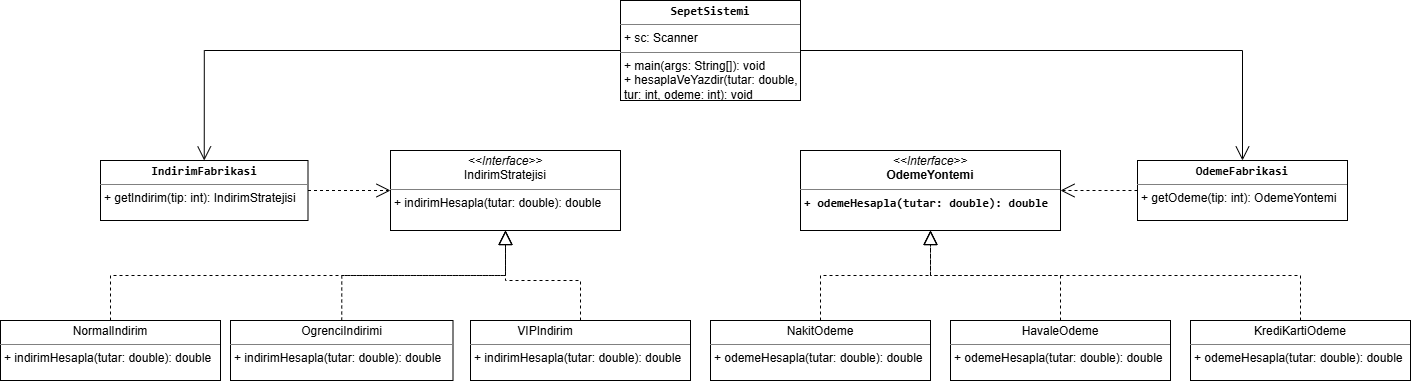
Above: docs/UML.Sonrasi.drawio.png in reyyanunal/tasarim-oruntuleri-odev (draw.io), before the change. Source tidied: cells renumbered, new cells last; positions are measured from the earlier drawing's top-left corner, leaving out a move shared by most shapes.
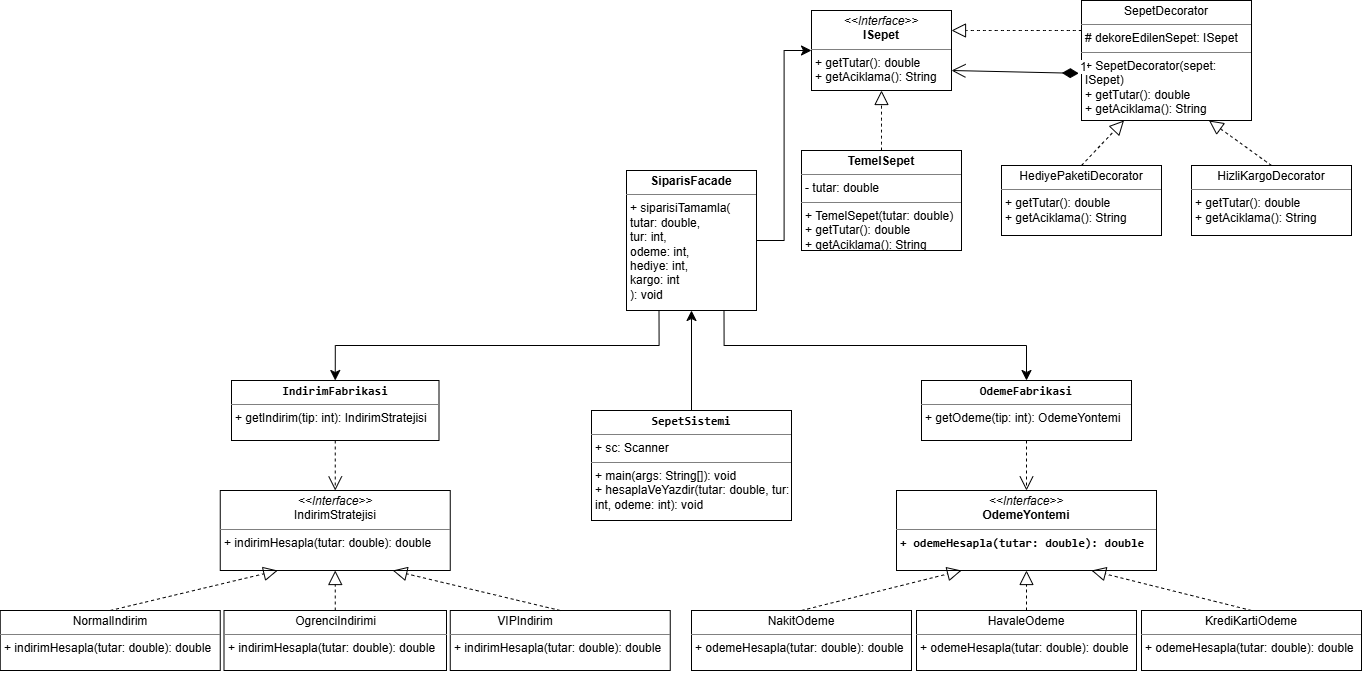
After the commit.

Commit message:
docs: update UML diagram for Phase 2 structural patterns

Diff of the diagram source:
```diff
@@ -3,72 +3,112 @@
     <mxCell id="0" />
     <mxCell id="1" parent="0" />
     <mxCell id="2" value="&lt;p style=&quot;margin:0px;margin-top:4px;text-align:center;&quot;&gt;&lt;i&gt;&amp;lt;&amp;lt;Interface&amp;gt;&amp;gt;&lt;/i&gt;&lt;br&gt;IndirimStratejisi&lt;/p&gt;&lt;hr size=&quot;1&quot; style=&quot;border-style:solid;&quot;&gt;&lt;p style=&quot;margin:0px;margin-left:4px;&quot;&gt;&lt;/p&gt;&lt;p style=&quot;margin:0px;margin-left:4px;&quot;&gt;+ indirimHesapla(tutar: double): double&lt;/p&gt;" style="verticalAlign=top;align=left;overflow=fill;html=1;whiteSpace=wrap;" parent="1" vertex="1">
-      <mxGeometry x="390" y="150" width="230" height="80" as="geometry" />
+      <mxGeometry x="-1.2" y="70" width="230" height="80" as="geometry" />
     </mxCell>
     <mxCell id="3" value="&lt;p style=&quot;margin:0px;margin-top:4px;text-align:center;&quot;&gt;&lt;i&gt;&amp;lt;&amp;lt;Interface&amp;gt;&amp;gt;&lt;/i&gt;&lt;br&gt;&lt;b&gt;OdemeYontemi&lt;/b&gt;&lt;/p&gt;&lt;hr size=&quot;1&quot; style=&quot;border-style:solid;&quot;&gt;&lt;p style=&quot;margin:0px;margin-left:4px;&quot;&gt;&lt;b&gt;&lt;code&gt;+ odemeHesapla(tutar: double): double&lt;/code&gt;&lt;/b&gt;&lt;/p&gt;" style="verticalAlign=top;align=left;overflow=fill;html=1;whiteSpace=wrap;" parent="1" vertex="1">
-      <mxGeometry x="800" y="150" width="260" height="80" as="geometry" />
+      <mxGeometry x="675" y="70" width="260" height="80" as="geometry" />
     </mxCell>
     <mxCell id="4" value="&lt;p style=&quot;margin:0px;margin-top:4px;text-align:center;&quot;&gt;NormalIndirim&lt;/p&gt;&lt;hr size=&quot;1&quot; style=&quot;border-style:solid;&quot;&gt;&lt;p style=&quot;margin:0px;margin-left:4px;&quot;&gt;&lt;/p&gt;&lt;p style=&quot;margin:0px;margin-left:4px;&quot;&gt;+ indirimHesapla(tutar: double): double&lt;/p&gt;" style="verticalAlign=top;align=left;overflow=fill;html=1;whiteSpace=wrap;" parent="1" vertex="1">
-      <mxGeometry y="320" width="220" height="60" as="geometry" />
+      <mxGeometry x="-221.2" y="190" width="220" height="60" as="geometry" />
     </mxCell>
     <mxCell id="5" value="&lt;p style=&quot;margin:0px;margin-top:4px;text-align:center;&quot;&gt;&lt;/p&gt;&lt;p style=&quot;margin:0px;margin-left:4px;&quot;&gt;&lt;span style=&quot;background-color: transparent; color: light-dark(rgb(0, 0, 0), rgb(255, 255, 255));&quot;&gt;&amp;nbsp; &amp;nbsp; &amp;nbsp; &amp;nbsp; &amp;nbsp; &amp;nbsp; &amp;nbsp;VIPIndirim&lt;/span&gt;&lt;/p&gt;&lt;hr size=&quot;1&quot; style=&quot;border-style:solid;&quot;&gt;&lt;p style=&quot;margin:0px;margin-left:4px;&quot;&gt;+ indirimHesapla(tutar: double): double&lt;/p&gt;" style="verticalAlign=top;align=left;overflow=fill;html=1;whiteSpace=wrap;" parent="1" vertex="1">
-      <mxGeometry x="470" y="320" width="220" height="60" as="geometry" />
+      <mxGeometry x="228.8" y="190" width="220" height="60" as="geometry" />
     </mxCell>
     <mxCell id="6" value="&lt;p style=&quot;margin:0px;margin-top:4px;text-align:center;&quot;&gt;OgrenciIndirimi&lt;/p&gt;&lt;hr size=&quot;1&quot; style=&quot;border-style:solid;&quot;&gt;&lt;p style=&quot;margin:0px;margin-left:4px;&quot;&gt;+ indirimHesapla(tutar: double): double&lt;/p&gt;" style="verticalAlign=top;align=left;overflow=fill;html=1;whiteSpace=wrap;" parent="1" vertex="1">
-      <mxGeometry x="230" y="320" width="222.5" height="60" as="geometry" />
+      <mxGeometry x="2.5" y="190" width="222.5" height="60" as="geometry" />
     </mxCell>
-    <mxCell id="7" style="endArrow=block;dashed=1;endFill=0;endSize=12;html=1;rounded=0;exitX=0.5;exitY=0;exitDx=0;exitDy=0;entryX=0.5;entryY=1;entryDx=0;entryDy=0;edgeStyle=orthogonalEdgeStyle;" parent="1" edge="1" source="4" target="2">
+    <mxCell id="7" style="endArrow=block;dashed=1;endFill=0;endSize=12;html=1;rounded=0;exitX=0.5;exitY=0;exitDx=0;exitDy=0;entryX=0.25;entryY=1;entryDx=0;entryDy=0;" parent="1" edge="1" source="4" target="2">
       <mxGeometry relative="1" as="geometry" />
     </mxCell>
-    <mxCell id="8" style="endArrow=block;dashed=1;endFill=0;endSize=12;html=1;rounded=0;exitX=0.5;exitY=0;exitDx=0;exitDy=0;entryX=0.5;entryY=1;entryDx=0;entryDy=0;edgeStyle=orthogonalEdgeStyle;" parent="1" edge="1" source="6" target="2">
+    <mxCell id="8" style="endArrow=block;dashed=1;endFill=0;endSize=12;html=1;rounded=0;entryX=0.5;entryY=1;entryDx=0;entryDy=0;exitX=0.5;exitY=0;exitDx=0;exitDy=0;" parent="1" edge="1" source="6" target="2">
       <mxGeometry relative="1" as="geometry" />
     </mxCell>
-    <mxCell id="9" style="endArrow=block;dashed=1;endFill=0;endSize=12;html=1;rounded=0;exitX=0.5;exitY=0;exitDx=0;exitDy=0;entryX=0.5;entryY=1;entryDx=0;entryDy=0;edgeStyle=orthogonalEdgeStyle;" parent="1" edge="1" source="5" target="2">
-      <mxGeometry relative="1" as="geometry">
-        <Array as="points">
-          <mxPoint x="555" y="280" />
-          <mxPoint x="305" y="280" />
-        </Array>
-      </mxGeometry>
+    <mxCell id="9" style="endArrow=block;dashed=1;endFill=0;endSize=12;html=1;rounded=0;exitX=0.5;exitY=0;exitDx=0;exitDy=0;entryX=0.75;entryY=1;entryDx=0;entryDy=0;" parent="1" edge="1" source="5" target="2">
+      <mxGeometry relative="1" as="geometry" />
     </mxCell>
     <mxCell id="10" value="&lt;p style=&quot;margin:0px;margin-top:4px;text-align:center;&quot;&gt;NakitOdeme&lt;/p&gt;&lt;hr size=&quot;1&quot; style=&quot;border-style:solid;&quot;&gt;&lt;p style=&quot;margin:0px;margin-left:4px;&quot;&gt;&lt;/p&gt;&lt;p style=&quot;margin:0px;margin-left:4px;&quot;&gt;+ odemeHesapla(tutar: double): double&lt;/p&gt;" style="verticalAlign=top;align=left;overflow=fill;html=1;whiteSpace=wrap;" parent="1" vertex="1">
-      <mxGeometry x="710" y="320" width="220" height="60" as="geometry" />
+      <mxGeometry x="470" y="190" width="220" height="60" as="geometry" />
     </mxCell>
     <mxCell id="11" value="&lt;p style=&quot;margin:0px;margin-top:4px;text-align:center;&quot;&gt;HavaleOdeme&lt;/p&gt;&lt;hr size=&quot;1&quot; style=&quot;border-style:solid;&quot;&gt;&lt;p style=&quot;margin:0px;margin-left:4px;&quot;&gt;&lt;/p&gt;&lt;p style=&quot;margin:0px;margin-left:4px;&quot;&gt;+ odemeHesapla(tutar: double): double&lt;/p&gt;" style="verticalAlign=top;align=left;overflow=fill;html=1;whiteSpace=wrap;" parent="1" vertex="1">
-      <mxGeometry x="950" y="320" width="220" height="60" as="geometry" />
+      <mxGeometry x="695" y="190" width="220" height="60" as="geometry" />
     </mxCell>
     <mxCell id="12" value="&lt;p style=&quot;margin:0px;margin-top:4px;text-align:center;&quot;&gt;KrediKartiOdeme&lt;/p&gt;&lt;hr size=&quot;1&quot; style=&quot;border-style:solid;&quot;&gt;&lt;p style=&quot;margin:0px;margin-left:4px;&quot;&gt;&lt;/p&gt;&lt;p style=&quot;margin:0px;margin-left:4px;&quot;&gt;+ odemeHesapla(tutar: double): double&lt;/p&gt;" style="verticalAlign=top;align=left;overflow=fill;html=1;whiteSpace=wrap;" parent="1" vertex="1">
-      <mxGeometry x="1190" y="320" width="220" height="60" as="geometry" />
+      <mxGeometry x="920" y="190" width="220" height="60" as="geometry" />
     </mxCell>
-    <mxCell id="13" style="endArrow=block;dashed=1;endFill=0;endSize=12;html=1;rounded=0;exitX=0.5;exitY=0;exitDx=0;exitDy=0;edgeStyle=orthogonalEdgeStyle;entryX=0.5;entryY=1;entryDx=0;entryDy=0;" parent="1" edge="1" source="10" target="3">
+    <mxCell id="13" style="endArrow=block;dashed=1;endFill=0;endSize=12;html=1;rounded=0;exitX=0.5;exitY=0;exitDx=0;exitDy=0;entryX=0.25;entryY=1;entryDx=0;entryDy=0;" parent="1" edge="1" source="10" target="3">
       <mxGeometry relative="1" as="geometry" />
     </mxCell>
-    <mxCell id="14" style="endArrow=block;dashed=1;endFill=0;endSize=12;html=1;rounded=0;exitX=0.5;exitY=0;exitDx=0;exitDy=0;entryX=0.5;entryY=1;entryDx=0;entryDy=0;edgeStyle=orthogonalEdgeStyle;" parent="1" edge="1" source="11" target="3">
+    <mxCell id="14" style="endArrow=block;dashed=1;endFill=0;endSize=12;html=1;rounded=0;exitX=0.5;exitY=0;exitDx=0;exitDy=0;entryX=0.5;entryY=1;entryDx=0;entryDy=0;" parent="1" edge="1" source="11" target="3">
       <mxGeometry relative="1" as="geometry" />
     </mxCell>
-    <mxCell id="15" style="endArrow=block;dashed=1;endFill=0;endSize=12;html=1;rounded=0;exitX=0.5;exitY=0;exitDx=0;exitDy=0;entryX=0.5;entryY=1;entryDx=0;entryDy=0;edgeStyle=orthogonalEdgeStyle;" parent="1" edge="1" source="12" target="3">
+    <mxCell id="15" style="endArrow=block;dashed=1;endFill=0;endSize=12;html=1;rounded=0;exitX=0.5;exitY=0;exitDx=0;exitDy=0;entryX=0.75;entryY=1;entryDx=0;entryDy=0;" parent="1" edge="1" source="12" target="3">
       <mxGeometry relative="1" as="geometry" />
     </mxCell>
     <mxCell id="16" value="&lt;p style=&quot;margin:0px;margin-top:4px;text-align:center;&quot;&gt;&lt;b&gt;&lt;code&gt;OdemeFabrikasi&lt;/code&gt;&lt;/b&gt;&lt;/p&gt;&lt;hr size=&quot;1&quot; style=&quot;border-style:solid;&quot;&gt;&lt;p style=&quot;margin:0px;margin-left:4px;&quot;&gt;&lt;/p&gt;&lt;p style=&quot;margin:0px;margin-left:4px;&quot;&gt;+ getOdeme(tip: int): OdemeYontemi&lt;/p&gt;" style="verticalAlign=top;align=left;overflow=fill;html=1;whiteSpace=wrap;" parent="1" vertex="1">
-      <mxGeometry x="1137" y="160" width="210" height="60" as="geometry" />
+      <mxGeometry x="700" y="-40" width="210" height="60" as="geometry" />
     </mxCell>
     <mxCell id="17" value="&lt;p style=&quot;margin:0px;margin-top:4px;text-align:center;&quot;&gt;&lt;b&gt;&lt;code&gt;IndirimFabrikasi&lt;/code&gt;&lt;/b&gt;&lt;/p&gt;&lt;hr size=&quot;1&quot; style=&quot;border-style:solid;&quot;&gt;&lt;p style=&quot;margin:0px;margin-left:4px;&quot;&gt;&lt;/p&gt;&lt;p style=&quot;margin:0px;margin-left:4px;&quot;&gt;+ getIndirim(tip: int): IndirimStratejisi&lt;/p&gt;" style="verticalAlign=top;align=left;overflow=fill;html=1;whiteSpace=wrap;" parent="1" vertex="1">
-      <mxGeometry x="100" y="160" width="207.5" height="60" as="geometry" />
+      <mxGeometry x="10" y="-40" width="207.5" height="60" as="geometry" />
     </mxCell>
+    <mxCell id="23" style="edgeStyle=none;curved=1;rounded=0;jettySize=auto;html=1;exitX=0.5;exitY=0;exitDx=0;exitDy=0;entryX=0.5;entryY=1;entryDx=0;entryDy=0;fontSize=12;startSize=8;endSize=8;" parent="1" edge="1" source="18" target="37">
+      <mxGeometry relative="1" as="geometry" />
+    </mxCell>
     <mxCell id="18" value="&lt;p style=&quot;margin:0px;margin-top:4px;text-align:center;&quot;&gt;&lt;b&gt;&lt;code&gt;SepetSistemi&lt;/code&gt;&lt;/b&gt;&lt;/p&gt;&lt;hr size=&quot;1&quot; style=&quot;border-style:solid;&quot;&gt;&lt;p style=&quot;margin:0px;margin-left:4px;&quot;&gt;+ sc: Scanner&lt;/p&gt;&lt;hr size=&quot;1&quot; style=&quot;border-style:solid;&quot;&gt;&lt;p style=&quot;margin:0px;margin-left:4px;&quot;&gt;+ main(args: String[]): void&lt;/p&gt;&lt;p style=&quot;margin:0px;margin-left:4px;&quot;&gt;+ hesaplaVeYazdir(tutar: double, tur: int, odeme: int): void&lt;/p&gt;" style="verticalAlign=top;align=left;overflow=fill;html=1;whiteSpace=wrap;" parent="1" vertex="1">
-      <mxGeometry x="620" width="180" height="100" as="geometry" />
+      <mxGeometry x="370" y="-10" width="200" height="110" as="geometry" />
     </mxCell>
-    <mxCell id="19" style="endArrow=open;endFill=1;endSize=12;html=1;rounded=0;exitX=0;exitY=0.5;exitDx=0;exitDy=0;entryX=0.5;entryY=0;entryDx=0;entryDy=0;edgeStyle=orthogonalEdgeStyle;" parent="1" edge="1" source="18" target="17">
-      <mxGeometry relative="1" as="geometry" />
-    </mxCell>
-    <mxCell id="20" style="endArrow=open;endFill=1;endSize=12;html=1;rounded=0;exitX=1;exitY=0.5;exitDx=0;exitDy=0;entryX=0.5;entryY=0;entryDx=0;entryDy=0;edgeStyle=orthogonalEdgeStyle;" parent="1" edge="1" source="18" target="16">
-      <mxGeometry relative="1" as="geometry" />
-    </mxCell>
-    <mxCell id="21" style="endArrow=open;endSize=12;dashed=1;html=1;rounded=0;exitX=1;exitY=0.5;exitDx=0;exitDy=0;entryX=0;entryY=0.5;entryDx=0;entryDy=0;" parent="1" edge="1" source="17" target="2">
+    <mxCell id="21" style="endArrow=open;endSize=12;dashed=1;html=1;rounded=0;exitX=0.5;exitY=1;exitDx=0;exitDy=0;entryX=0.5;entryY=0;entryDx=0;entryDy=0;" parent="1" edge="1" source="17" target="2">
       <mxGeometry relative="1" as="geometry" />
     </mxCell>
-    <mxCell id="22" style="endArrow=open;endSize=12;dashed=1;html=1;rounded=0;exitX=0;exitY=0.5;exitDx=0;exitDy=0;entryX=1;entryY=0.5;entryDx=0;entryDy=0;" parent="1" edge="1" source="16" target="3">
+    <mxCell id="22" style="endArrow=open;endSize=12;dashed=1;html=1;rounded=0;exitX=0.5;exitY=1;exitDx=0;exitDy=0;entryX=0.5;entryY=0;entryDx=0;entryDy=0;" parent="1" edge="1" source="16" target="3">
       <mxGeometry relative="1" as="geometry" />
     </mxCell>
+    <mxCell id="24" value="&lt;p style=&quot;margin:0px;margin-top:4px;text-align:center;&quot;&gt;&lt;i&gt;&amp;lt;&amp;lt;Interface&amp;gt;&amp;gt;&lt;/i&gt;&lt;br&gt;&lt;b&gt;ISepet&lt;/b&gt;&lt;/p&gt;&lt;hr size=&quot;1&quot; style=&quot;border-style:solid;&quot;&gt;&lt;p style=&quot;margin:0px;margin-left:4px;&quot;&gt;+ getTutar(): double&lt;br&gt;+ getAciklama(): String&lt;/p&gt;" style="verticalAlign=top;align=left;overflow=fill;html=1;whiteSpace=wrap;" parent="1" vertex="1">
+      <mxGeometry x="590" y="-410" width="140" height="80" as="geometry" />
+    </mxCell>
+    <mxCell id="25" value="&lt;p style=&quot;margin:0px;margin-top:4px;text-align:center;&quot;&gt;&lt;b&gt;TemelSepet&lt;/b&gt;&lt;/p&gt;&lt;hr size=&quot;1&quot; style=&quot;border-style:solid;&quot;&gt;&lt;p style=&quot;margin:0px;margin-left:4px;&quot;&gt;- tutar: double&lt;/p&gt;&lt;hr size=&quot;1&quot; style=&quot;border-style:solid;&quot;&gt;&lt;p style=&quot;margin:0px;margin-left:4px;&quot;&gt;+ TemelSepet(tutar: double)&lt;br&gt;+ getTutar(): double&lt;br&gt;+ getAciklama(): String&lt;/p&gt;" style="verticalAlign=top;align=left;overflow=fill;html=1;whiteSpace=wrap;" parent="1" vertex="1">
+      <mxGeometry x="580" y="-270" width="160" height="100" as="geometry" />
+    </mxCell>
+    <mxCell id="26" style="endArrow=block;dashed=1;endFill=0;endSize=12;html=1;rounded=0;fontSize=12;curved=1;exitX=0.5;exitY=0;exitDx=0;exitDy=0;entryX=0.5;entryY=1;entryDx=0;entryDy=0;" parent="1" edge="1" source="25" target="24">
+      <mxGeometry relative="1" as="geometry" />
+    </mxCell>
+    <mxCell id="27" value="&lt;p style=&quot;margin:0px;margin-top:4px;text-align:center;&quot;&gt;SepetDecorator&lt;/p&gt;&lt;hr size=&quot;1&quot; style=&quot;border-style:solid;&quot;&gt;&lt;p style=&quot;margin:0px;margin-left:4px;&quot;&gt;# dekoreEdilenSepet: ISepet&lt;/p&gt;&lt;hr size=&quot;1&quot; style=&quot;border-style:solid;&quot;&gt;&lt;p style=&quot;margin:0px;margin-left:4px;&quot;&gt;+ SepetDecorator(sepet: ISepet)&lt;br&gt;+ getTutar(): double&lt;br&gt;+ getAciklama(): String&lt;/p&gt;" style="verticalAlign=top;align=left;overflow=fill;html=1;whiteSpace=wrap;" parent="1" vertex="1">
+      <mxGeometry x="860" y="-420" width="170" height="120" as="geometry" />
+    </mxCell>
+    <mxCell id="28" style="endArrow=block;dashed=1;endFill=0;endSize=12;html=1;rounded=0;fontSize=12;curved=1;exitX=0;exitY=0.25;exitDx=0;exitDy=0;entryX=1;entryY=0.25;entryDx=0;entryDy=0;" parent="1" edge="1" source="27" target="24">
+      <mxGeometry relative="1" as="geometry" />
+    </mxCell>
+    <mxCell id="29" value="1" style="endArrow=open;html=1;endSize=12;startArrow=diamondThin;startSize=14;startFill=1;align=left;verticalAlign=bottom;rounded=0;fontSize=12;entryX=1;entryY=0.75;entryDx=0;entryDy=0;exitX=-0.016;exitY=0.607;exitDx=0;exitDy=0;exitPerimeter=0;" parent="1" edge="1" source="27" target="24">
+      <mxGeometry x="-1" y="3" relative="1" as="geometry" />
+    </mxCell>
+    <mxCell id="30" value="&lt;p style=&quot;margin:0px;margin-top:4px;text-align:center;&quot;&gt;HizliKargoDecorator&lt;/p&gt;&lt;hr size=&quot;1&quot; style=&quot;border-style:solid;&quot;&gt;&lt;p style=&quot;margin:0px;margin-left:4px;&quot;&gt;&lt;/p&gt;&lt;p style=&quot;margin:0px;margin-left:4px;&quot;&gt;+ getTutar(): double&lt;br&gt;+ getAciklama(): String&lt;/p&gt;" style="verticalAlign=top;align=left;overflow=fill;html=1;whiteSpace=wrap;" parent="1" vertex="1">
+      <mxGeometry x="970" y="-255" width="160" height="70" as="geometry" />
+    </mxCell>
+    <mxCell id="31" value="&lt;p style=&quot;margin:0px;margin-top:4px;text-align:center;&quot;&gt;HediyePaketiDecorator&lt;/p&gt;&lt;hr size=&quot;1&quot; style=&quot;border-style:solid;&quot;&gt;&lt;p style=&quot;margin:0px;margin-left:4px;&quot;&gt;+ getTutar(): double&lt;br&gt;+ getAciklama(): String&lt;/p&gt;" style="verticalAlign=top;align=left;overflow=fill;html=1;whiteSpace=wrap;" parent="1" vertex="1">
+      <mxGeometry x="780" y="-255" width="160" height="70" as="geometry" />
+    </mxCell>
+    <mxCell id="32" style="endArrow=block;dashed=1;endFill=0;endSize=12;html=1;rounded=0;fontSize=12;curved=1;exitX=0.5;exitY=0;exitDx=0;exitDy=0;entryX=0.75;entryY=1;entryDx=0;entryDy=0;" parent="1" edge="1" source="30" target="27">
+      <mxGeometry relative="1" as="geometry" />
+    </mxCell>
+    <mxCell id="33" style="endArrow=block;dashed=1;endFill=0;endSize=12;html=1;rounded=0;fontSize=12;curved=1;exitX=0.5;exitY=0;exitDx=0;exitDy=0;entryX=0.25;entryY=1;entryDx=0;entryDy=0;" parent="1" edge="1" source="31" target="27">
+      <mxGeometry relative="1" as="geometry" />
+    </mxCell>
+    <mxCell id="34" style="edgeStyle=orthogonalEdgeStyle;rounded=0;jettySize=auto;html=1;exitX=0.25;exitY=1;exitDx=0;exitDy=0;entryX=0.5;entryY=0;entryDx=0;entryDy=0;fontSize=12;startSize=8;endSize=8;" parent="1" edge="1" source="37" target="17">
+      <mxGeometry relative="1" as="geometry" />
+    </mxCell>
+    <mxCell id="35" style="edgeStyle=orthogonalEdgeStyle;rounded=0;jettySize=auto;html=1;exitX=0.75;exitY=1;exitDx=0;exitDy=0;entryX=0.5;entryY=0;entryDx=0;entryDy=0;fontSize=12;startSize=8;endSize=8;" parent="1" edge="1" source="37" target="16">
+      <mxGeometry relative="1" as="geometry" />
+    </mxCell>
+    <mxCell id="36" style="edgeStyle=orthogonalEdgeStyle;rounded=0;jettySize=auto;html=1;exitX=1;exitY=0.5;exitDx=0;exitDy=0;entryX=0;entryY=0.5;entryDx=0;entryDy=0;fontSize=12;startSize=8;endSize=8;" parent="1" edge="1" source="37" target="24">
+      <mxGeometry relative="1" as="geometry" />
+    </mxCell>
+    <mxCell id="37" value="&lt;p style=&quot;margin:0px;margin-top:4px;text-align:center;&quot;&gt;&lt;b&gt;SiparisFacade&lt;/b&gt;&lt;/p&gt;&lt;hr size=&quot;1&quot; style=&quot;border-style:solid;&quot;&gt;&lt;p style=&quot;margin:0px;margin-left:4px;&quot;&gt;&lt;/p&gt;&lt;p style=&quot;margin:0px;margin-left:4px;&quot;&gt;+ siparisiTamamla(&lt;br&gt;  tutar: double,&lt;br&gt;  tur: int,&lt;br&gt;  odeme: int,&lt;br&gt;  hediye: int,&lt;br&gt;  kargo: int&lt;br&gt;): void&lt;/p&gt;" style="verticalAlign=top;align=left;overflow=fill;html=1;whiteSpace=wrap;" parent="1" vertex="1">
+      <mxGeometry x="405" y="-250" width="130" height="140" as="geometry" />
+    </mxCell>
+    <mxCell id="38" style="edgeStyle=none;curved=1;rounded=0;orthogonalLoop=1;jettySize=auto;html=1;exitX=0.75;exitY=1;exitDx=0;exitDy=0;fontSize=12;startSize=8;endSize=8;" parent="1" edge="1" source="4" target="4">
+      <mxGeometry relative="1" as="geometry" />
+    </mxCell>
+    <mxCell id="39" style="edgeStyle=none;curved=1;rounded=0;orthogonalLoop=1;jettySize=auto;html=1;exitX=0.5;exitY=1;exitDx=0;exitDy=0;fontSize=12;startSize=8;endSize=8;" parent="1" edge="1" source="5" target="5">
+      <mxGeometry relative="1" as="geometry" />
+    </mxCell>
   </root>
 </mxGraphModel>
```
